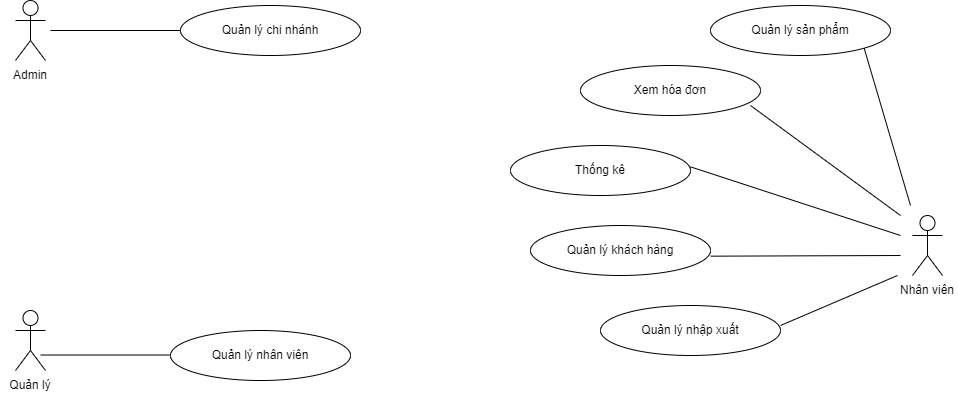
ChauCongTu/thiet-ke-linh-tinh keeps this draw.io diagram as Sơ Đồ UseCase.png. Above is the earlier version. Source tidied: cells renumbered, new cells last; positions are measured from the earlier drawing's top-left corner, leaving out a move shared by most shapes.
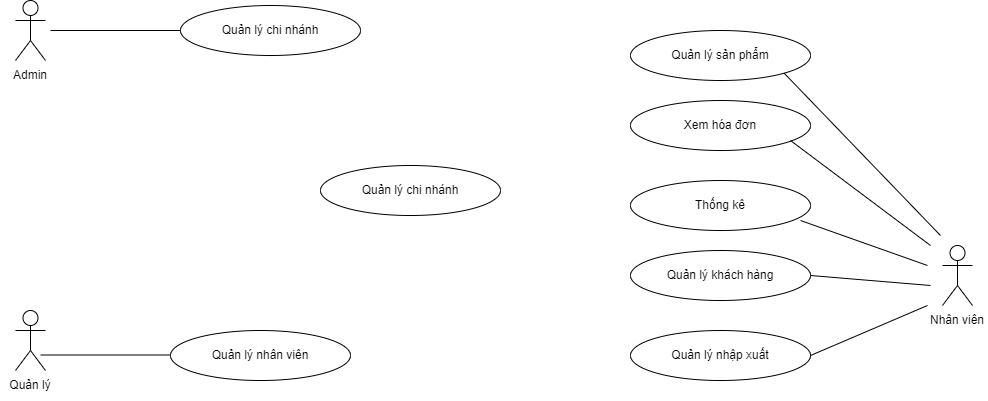
After the commit.

Commit message:
Cập nhật Sơ Đồ UseCase.png

The edit, as a diff of the source:
```diff
@@ -3,82 +3,84 @@
     <mxCell id="0" />
     <mxCell id="1" parent="0" />
     <mxCell id="2" value="Actor" style="shape=umlActor;verticalLabelPosition=bottom;verticalAlign=top;html=1;labelPadding=0;noLabel=1;" parent="1" vertex="1">
-      <mxGeometry x="15" width="30" height="60" as="geometry" />
+      <mxGeometry x="-15" width="30" height="60" as="geometry" />
     </mxCell>
     <mxCell id="3" value="Admin" style="text;html=1;strokeColor=none;fillColor=none;align=center;verticalAlign=middle;whiteSpace=wrap;rounded=0;" parent="1" vertex="1">
-      <mxGeometry y="60" width="60" height="30" as="geometry" />
+      <mxGeometry x="-30" y="60" width="60" height="30" as="geometry" />
     </mxCell>
     <mxCell id="4" value="Actor" style="shape=umlActor;verticalLabelPosition=bottom;verticalAlign=top;html=1;labelPadding=0;noLabel=1;" parent="1" vertex="1">
-      <mxGeometry x="912" y="215" width="30" height="60" as="geometry" />
+      <mxGeometry x="912" y="245" width="30" height="60" as="geometry" />
     </mxCell>
     <mxCell id="5" value="Nhân viên" style="text;html=1;strokeColor=none;fillColor=none;align=center;verticalAlign=middle;whiteSpace=wrap;rounded=0;" parent="1" vertex="1">
-      <mxGeometry x="897" y="275" width="60" height="30" as="geometry" />
+      <mxGeometry x="897" y="305" width="60" height="30" as="geometry" />
     </mxCell>
     <mxCell id="6" value="Actor" style="shape=umlActor;verticalLabelPosition=bottom;verticalAlign=top;html=1;labelPadding=0;noLabel=1;" parent="1" vertex="1">
-      <mxGeometry x="15" y="310" width="30" height="60" as="geometry" />
+      <mxGeometry x="-15" y="310" width="30" height="60" as="geometry" />
     </mxCell>
     <mxCell id="7" value="Quản lý" style="text;html=1;strokeColor=none;fillColor=none;align=center;verticalAlign=middle;whiteSpace=wrap;rounded=0;" parent="1" vertex="1">
-      <mxGeometry y="370" width="60" height="30" as="geometry" />
+      <mxGeometry x="-30" y="370" width="60" height="30" as="geometry" />
     </mxCell>
     <mxCell id="8" value="Quản lý chi nhánh" style="ellipse;whiteSpace=wrap;html=1;" parent="1" vertex="1">
-      <mxGeometry x="180" y="5" width="180" height="50" as="geometry" />
+      <mxGeometry x="150" y="5" width="180" height="50" as="geometry" />
     </mxCell>
     <mxCell id="9" value="Quản lý sản phẩm" style="ellipse;whiteSpace=wrap;html=1;" parent="1" vertex="1">
-      <mxGeometry x="710" y="5" width="180" height="50" as="geometry" />
+      <mxGeometry x="600" y="30" width="180" height="50" as="geometry" />
     </mxCell>
-    <mxCell id="10" value="Quản lý&amp;nbsp;khách hàng" style="ellipse;whiteSpace=wrap;html=1;" parent="1" vertex="1">
-      <mxGeometry x="530" y="225" width="180" height="50" as="geometry" />
-    </mxCell>
     <mxCell id="11" value="Quản lý nhập xuất" style="ellipse;whiteSpace=wrap;html=1;" parent="1" vertex="1">
-      <mxGeometry x="600" y="305" width="180" height="50" as="geometry" />
+      <mxGeometry x="600" y="330" width="180" height="50" as="geometry" />
     </mxCell>
     <mxCell id="12" value="Thống kê" style="ellipse;whiteSpace=wrap;html=1;" parent="1" vertex="1">
-      <mxGeometry x="510" y="145" width="180" height="50" as="geometry" />
+      <mxGeometry x="600" y="180" width="180" height="50" as="geometry" />
     </mxCell>
     <mxCell id="13" value="Quản lý nhân viên" style="ellipse;whiteSpace=wrap;html=1;" parent="1" vertex="1">
-      <mxGeometry x="170" y="330" width="180" height="50" as="geometry" />
+      <mxGeometry x="140" y="330" width="180" height="50" as="geometry" />
     </mxCell>
     <mxCell id="14" value="Xem hóa đơn" style="ellipse;whiteSpace=wrap;html=1;" parent="1" vertex="1">
-      <mxGeometry x="580" y="65" width="180" height="50" as="geometry" />
+      <mxGeometry x="600" y="100" width="180" height="50" as="geometry" />
     </mxCell>
     <mxCell id="15" style="endArrow=none;html=1;rounded=0;entryX=0;entryY=0.5;entryDx=0;entryDy=0;" parent="1" edge="1" target="8">
       <mxGeometry relative="1" as="geometry">
-        <mxPoint x="50" y="30" as="sourcePoint" />
+        <mxPoint x="20" y="30" as="sourcePoint" />
       </mxGeometry>
     </mxCell>
     <mxCell id="16" style="endArrow=none;html=1;rounded=0;entryX=0;entryY=0.5;entryDx=0;entryDy=0;" parent="1" edge="1">
       <mxGeometry relative="1" as="geometry">
-        <mxPoint x="40" y="354.5" as="sourcePoint" />
-        <mxPoint x="170" y="354.5" as="targetPoint" />
+        <mxPoint x="10" y="354.5" as="sourcePoint" />
+        <mxPoint x="140" y="354.5" as="targetPoint" />
       </mxGeometry>
     </mxCell>
     <mxCell id="17" style="endArrow=none;html=1;rounded=0;exitX=1;exitY=1;exitDx=0;exitDy=0;" parent="1" edge="1" source="9">
       <mxGeometry relative="1" as="geometry">
-        <mxPoint x="910" y="205" as="targetPoint" />
+        <mxPoint x="910" y="235" as="targetPoint" />
       </mxGeometry>
     </mxCell>
-    <mxCell id="18" style="endArrow=none;html=1;rounded=0;exitX=1;exitY=1;exitDx=0;exitDy=0;" parent="1" edge="1">
+    <mxCell id="18" style="endArrow=none;html=1;rounded=0;" parent="1" edge="1">
       <mxGeometry relative="1" as="geometry">
-        <mxPoint x="750" y="105" as="sourcePoint" />
-        <mxPoint x="900" y="215" as="targetPoint" />
+        <mxPoint x="760" y="140" as="sourcePoint" />
+        <mxPoint x="900" y="245" as="targetPoint" />
       </mxGeometry>
     </mxCell>
-    <mxCell id="19" style="endArrow=none;html=1;rounded=0;exitX=1;exitY=1;exitDx=0;exitDy=0;" parent="1" edge="1">
+    <mxCell id="19" style="endArrow=none;html=1;rounded=0;" parent="1" edge="1">
       <mxGeometry relative="1" as="geometry">
-        <mxPoint x="690" y="166.3" as="sourcePoint" />
-        <mxPoint x="900" y="235" as="targetPoint" />
+        <mxPoint x="770" y="220" as="sourcePoint" />
+        <mxPoint x="897" y="265" as="targetPoint" />
       </mxGeometry>
     </mxCell>
-    <mxCell id="20" style="endArrow=none;html=1;rounded=0;exitX=1;exitY=1;exitDx=0;exitDy=0;" parent="1" edge="1">
+    <mxCell id="20" style="endArrow=none;html=1;rounded=0;exitX=1;exitY=0.5;exitDx=0;exitDy=0;startArrow=none;" parent="1" edge="1" source="10">
       <mxGeometry relative="1" as="geometry">
-        <mxPoint x="710" y="255.7" as="sourcePoint" />
-        <mxPoint x="900" y="255" as="targetPoint" />
+        <mxPoint x="900" y="285" as="targetPoint" />
       </mxGeometry>
     </mxCell>
     <mxCell id="21" style="endArrow=none;html=1;rounded=0;exitX=1;exitY=1;exitDx=0;exitDy=0;entryX=0;entryY=0;entryDx=0;entryDy=0;" parent="1" edge="1" target="5">
       <mxGeometry relative="1" as="geometry">
-        <mxPoint x="780" y="325" as="sourcePoint" />
+        <mxPoint x="780" y="355" as="sourcePoint" />
       </mxGeometry>
     </mxCell>
+    <mxCell id="22" value="Quản lý chi nhánh" style="ellipse;whiteSpace=wrap;html=1;" parent="1" vertex="1">
+      <mxGeometry x="290" y="165" width="180" height="50" as="geometry" />
+    </mxCell>
+    <mxCell id="10" value="Quản lý&amp;nbsp;khách hàng" style="ellipse;whiteSpace=wrap;html=1;" parent="1" vertex="1">
+      <mxGeometry x="600" y="250" width="180" height="50" as="geometry" />
+    </mxCell>
   </root>
 </mxGraphModel>
```
